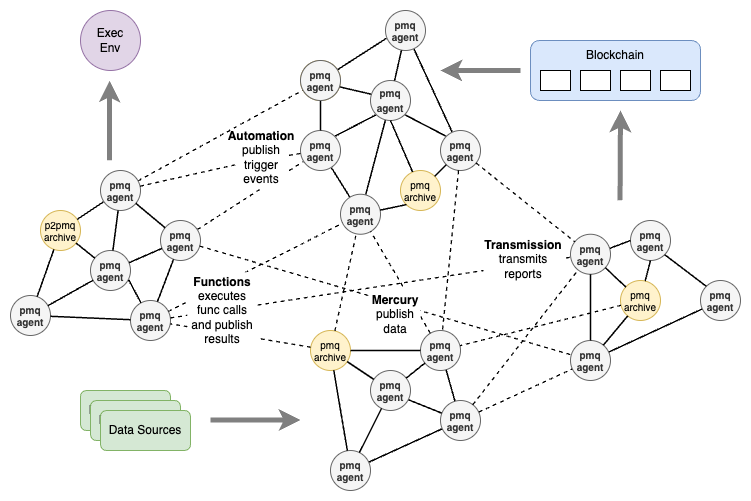
Before: resources/img/composer-p2pmq.png, a diagram exported from draw.io (amirylm/p2pmq). Source tidied: cells renumbered, new cells last; positions are measured from the earlier drawing's top-left corner, leaving out a move shared by most shapes.
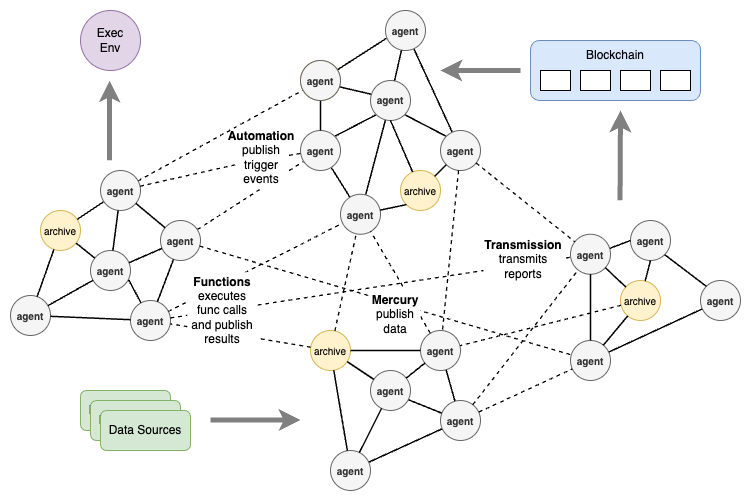
The same diagram one commit later.

Diff of the diagram source:
```diff
@@ -2,19 +2,19 @@
   <root>
     <mxCell id="0" />
     <mxCell id="1" parent="0" />
-    <mxCell id="2" value="pmq&lt;br style=&quot;border-color: var(--border-color);&quot;&gt;agent" style="ellipse;whiteSpace=wrap;html=1;fillColor=#f5f5f5;strokeColor=#666666;fontColor=#333333;fontSize=10;fontStyle=1;" parent="1" vertex="1">
+    <mxCell id="2" value="agent" style="ellipse;whiteSpace=wrap;html=1;fillColor=#f5f5f5;strokeColor=#666666;fontColor=#333333;fontSize=10;fontStyle=1;" parent="1" vertex="1">
       <mxGeometry x="560" y="223.8" width="40" height="40" as="geometry" />
     </mxCell>
-    <mxCell id="3" value="pmq&lt;br style=&quot;border-color: var(--border-color);&quot;&gt;agent" style="ellipse;whiteSpace=wrap;html=1;fillColor=#f5f5f5;strokeColor=#666666;fontColor=#333333;fontSize=10;fontStyle=1;" parent="1" vertex="1">
+    <mxCell id="3" value="agent" style="ellipse;whiteSpace=wrap;html=1;fillColor=#f5f5f5;strokeColor=#666666;fontColor=#333333;fontSize=10;fontStyle=1;" parent="1" vertex="1">
       <mxGeometry x="620" y="210" width="40" height="40" as="geometry" />
     </mxCell>
-    <mxCell id="4" value="pmq&lt;br style=&quot;border-color: var(--border-color);&quot;&gt;agent" style="ellipse;whiteSpace=wrap;html=1;fillColor=#f5f5f5;strokeColor=#666666;fontColor=#333333;fontSize=10;fontStyle=1;" parent="1" vertex="1">
+    <mxCell id="4" value="agent" style="ellipse;whiteSpace=wrap;html=1;fillColor=#f5f5f5;strokeColor=#666666;fontColor=#333333;fontSize=10;fontStyle=1;" parent="1" vertex="1">
       <mxGeometry x="560" y="330" width="40" height="40" as="geometry" />
     </mxCell>
-    <mxCell id="5" value="pmq&lt;br style=&quot;border-color: var(--border-color);&quot;&gt;agent" style="ellipse;whiteSpace=wrap;html=1;fillColor=#f5f5f5;strokeColor=#666666;fontColor=#333333;fontSize=10;fontStyle=1;" parent="1" vertex="1">
+    <mxCell id="5" value="agent" style="ellipse;whiteSpace=wrap;html=1;fillColor=#f5f5f5;strokeColor=#666666;fontColor=#333333;fontSize=10;fontStyle=1;" parent="1" vertex="1">
       <mxGeometry x="690" y="270" width="40" height="40" as="geometry" />
     </mxCell>
-    <mxCell id="6" value="pmq&lt;br&gt;archive" style="ellipse;whiteSpace=wrap;html=1;fillColor=#fff2cc;strokeColor=#d6b656;fontSize=10;fontStyle=0;" parent="1" vertex="1">
+    <mxCell id="6" value="archive" style="ellipse;whiteSpace=wrap;html=1;fillColor=#fff2cc;strokeColor=#d6b656;fontSize=10;fontStyle=0;" parent="1" vertex="1">
       <mxGeometry x="610" y="270" width="40" height="40" as="geometry" />
     </mxCell>
     <mxCell id="7" style="rounded=0;jettySize=auto;html=1;endArrow=none;endFill=0;fillColor=#f5f5f5;strokeColor=#000000;strokeWidth=1.5;" parent="1" edge="1" source="2" target="6">
@@ -91,19 +91,19 @@
     <mxCell id="30" style="rounded=0;jettySize=auto;html=1;endArrow=none;endFill=0;fillColor=#f5f5f5;strokeColor=#000000;strokeWidth=1.5;" parent="1" edge="1" source="34" target="32">
       <mxGeometry relative="1" as="geometry" />
     </mxCell>
-    <mxCell id="31" value="&lt;font style=&quot;font-size: 10px;&quot;&gt;pmq&lt;br style=&quot;border-color: var(--border-color);&quot;&gt;agent&lt;/font&gt;" style="ellipse;whiteSpace=wrap;html=1;fillColor=#f5f5f5;strokeColor=#666666;fontColor=#333333;fontStyle=1;" parent="1" vertex="1">
+    <mxCell id="31" value="&lt;font style=&quot;font-size: 10px;&quot;&gt;agent&lt;/font&gt;" style="ellipse;whiteSpace=wrap;html=1;fillColor=#f5f5f5;strokeColor=#666666;fontColor=#333333;fontStyle=1;" parent="1" vertex="1">
       <mxGeometry x="360" y="70" width="40" height="40" as="geometry" />
     </mxCell>
-    <mxCell id="32" value="pmq&lt;br style=&quot;border-color: var(--border-color);&quot;&gt;agent" style="ellipse;whiteSpace=wrap;html=1;fillColor=#f5f5f5;strokeColor=#666666;fontColor=#333333;fontSize=10;fontStyle=1;" parent="1" vertex="1">
+    <mxCell id="32" value="agent" style="ellipse;whiteSpace=wrap;html=1;fillColor=#f5f5f5;strokeColor=#666666;fontColor=#333333;fontSize=10;fontStyle=1;" parent="1" vertex="1">
       <mxGeometry x="290" y="120" width="40" height="40" as="geometry" />
     </mxCell>
-    <mxCell id="33" value="pmq&lt;br style=&quot;border-color: var(--border-color);&quot;&gt;agent" style="ellipse;whiteSpace=wrap;html=1;fillColor=#f5f5f5;strokeColor=#666666;fontColor=#333333;fontSize=10;fontStyle=1;" parent="1" vertex="1">
+    <mxCell id="33" value="agent" style="ellipse;whiteSpace=wrap;html=1;fillColor=#f5f5f5;strokeColor=#666666;fontColor=#333333;fontSize=10;fontStyle=1;" parent="1" vertex="1">
       <mxGeometry x="430" y="120" width="40" height="40" as="geometry" />
     </mxCell>
-    <mxCell id="34" value="pmq&lt;br style=&quot;border-color: var(--border-color);&quot;&gt;agent" style="ellipse;whiteSpace=wrap;html=1;fillColor=#f5f5f5;strokeColor=#666666;fontColor=#333333;fontSize=10;fontStyle=1;" parent="1" vertex="1">
+    <mxCell id="34" value="agent" style="ellipse;whiteSpace=wrap;html=1;fillColor=#f5f5f5;strokeColor=#666666;fontColor=#333333;fontSize=10;fontStyle=1;" parent="1" vertex="1">
       <mxGeometry x="330" y="183.8" width="40" height="40" as="geometry" />
     </mxCell>
-    <mxCell id="35" value="pmq&lt;br&gt;archive" style="ellipse;whiteSpace=wrap;html=1;fillColor=#fff2cc;strokeColor=#d6b656;fontSize=10;fontStyle=0;" parent="1" vertex="1">
+    <mxCell id="35" value="archive" style="ellipse;whiteSpace=wrap;html=1;fillColor=#fff2cc;strokeColor=#d6b656;fontSize=10;fontStyle=0;" parent="1" vertex="1">
       <mxGeometry x="390" y="160" width="40" height="40" as="geometry" />
     </mxCell>
     <mxCell id="36" style="rounded=0;jettySize=auto;html=1;entryX=0;entryY=1;entryDx=0;entryDy=0;endArrow=none;endFill=0;fillColor=#f5f5f5;strokeColor=#000000;strokeWidth=1.5;" parent="1" edge="1" source="34" target="35">
@@ -124,7 +124,7 @@
     <mxCell id="41" style="rounded=0;jettySize=auto;html=1;entryX=0.017;entryY=0.343;entryDx=0;entryDy=0;endArrow=none;endFill=0;fillColor=#f5f5f5;strokeColor=#000000;exitX=0.956;exitY=0.654;exitDx=0;exitDy=0;exitPerimeter=0;entryPerimeter=0;strokeWidth=1.5;" parent="1" edge="1" source="39" target="31">
       <mxGeometry relative="1" as="geometry" />
     </mxCell>
-    <mxCell id="42" value="pmq&lt;br&gt;agent" style="ellipse;whiteSpace=wrap;html=1;fillColor=#f5f5f5;strokeColor=#666666;fontColor=#333333;fontSize=10;fontStyle=1;" parent="1" vertex="1">
+    <mxCell id="42" value="agent" style="ellipse;whiteSpace=wrap;html=1;fillColor=#f5f5f5;strokeColor=#666666;fontColor=#333333;fontSize=10;fontStyle=1;" parent="1" vertex="1">
       <mxGeometry x="375" width="40" height="40" as="geometry" />
     </mxCell>
     <mxCell id="43" style="rounded=0;jettySize=auto;html=1;endArrow=none;endFill=0;fillColor=#f5f5f5;strokeColor=#000000;strokeWidth=1.5;" parent="1" edge="1" source="42" target="31">
@@ -145,19 +145,19 @@
         <mxPoint x="610" y="100" as="targetPoint" />
       </mxGeometry>
     </mxCell>
-    <mxCell id="47" value="pmq&lt;br style=&quot;border-color: var(--border-color);&quot;&gt;agent" style="ellipse;whiteSpace=wrap;html=1;fillColor=#f5f5f5;strokeColor=#666666;fontColor=#333333;fontSize=10;fontStyle=1;" parent="1" vertex="1">
+    <mxCell id="47" value="agent" style="ellipse;whiteSpace=wrap;html=1;fillColor=#f5f5f5;strokeColor=#666666;fontColor=#333333;fontSize=10;fontStyle=1;" parent="1" vertex="1">
       <mxGeometry x="410" y="320" width="40" height="40" as="geometry" />
     </mxCell>
-    <mxCell id="48" value="pmq&lt;br style=&quot;border-color: var(--border-color);&quot;&gt;agent" style="ellipse;whiteSpace=wrap;html=1;fillColor=#f5f5f5;strokeColor=#666666;fontColor=#333333;fontSize=10;fontStyle=1;" parent="1" vertex="1">
+    <mxCell id="48" value="agent" style="ellipse;whiteSpace=wrap;html=1;fillColor=#f5f5f5;strokeColor=#666666;fontColor=#333333;fontSize=10;fontStyle=1;" parent="1" vertex="1">
       <mxGeometry x="360" y="360" width="40" height="40" as="geometry" />
     </mxCell>
-    <mxCell id="49" value="pmq&lt;br&gt;agent" style="ellipse;whiteSpace=wrap;html=1;fillColor=#f5f5f5;strokeColor=#666666;fontColor=#333333;fontSize=10;fontStyle=1;" parent="1" vertex="1">
+    <mxCell id="49" value="agent" style="ellipse;whiteSpace=wrap;html=1;fillColor=#f5f5f5;strokeColor=#666666;fontColor=#333333;fontSize=10;fontStyle=1;" parent="1" vertex="1">
       <mxGeometry x="320" y="440" width="40" height="40" as="geometry" />
     </mxCell>
-    <mxCell id="50" value="pmq&lt;br style=&quot;border-color: var(--border-color);&quot;&gt;agent" style="ellipse;whiteSpace=wrap;html=1;fillColor=#f5f5f5;strokeColor=#666666;fontColor=#333333;fontSize=10;fontStyle=1;" parent="1" vertex="1">
+    <mxCell id="50" value="agent" style="ellipse;whiteSpace=wrap;html=1;fillColor=#f5f5f5;strokeColor=#666666;fontColor=#333333;fontSize=10;fontStyle=1;" parent="1" vertex="1">
       <mxGeometry x="430" y="390" width="40" height="40" as="geometry" />
     </mxCell>
-    <mxCell id="51" value="pmq&lt;br&gt;archive" style="ellipse;whiteSpace=wrap;html=1;fillColor=#fff2cc;strokeColor=#d6b656;fontSize=10;fontStyle=0;" parent="1" vertex="1">
+    <mxCell id="51" value="archive" style="ellipse;whiteSpace=wrap;html=1;fillColor=#fff2cc;strokeColor=#d6b656;fontSize=10;fontStyle=0;" parent="1" vertex="1">
       <mxGeometry x="300" y="320" width="40" height="40" as="geometry" />
     </mxCell>
     <mxCell id="52" style="rounded=0;jettySize=auto;html=1;endArrow=none;endFill=0;fillColor=#f5f5f5;strokeColor=#000000;strokeWidth=1.5;" parent="1" edge="1" source="47" target="51">
@@ -184,19 +184,19 @@
     <mxCell id="59" style="rounded=0;jettySize=auto;html=1;endArrow=none;endFill=0;fillColor=#f5f5f5;strokeColor=#000000;strokeWidth=1.5;" parent="1" edge="1" source="48" target="47">
       <mxGeometry relative="1" as="geometry" />
     </mxCell>
-    <mxCell id="60" value="pmq&lt;br style=&quot;border-color: var(--border-color);&quot;&gt;agent" style="ellipse;whiteSpace=wrap;html=1;fillColor=#f5f5f5;strokeColor=#666666;fontColor=#333333;fontSize=10;fontStyle=1;" parent="1" vertex="1">
+    <mxCell id="60" value="agent" style="ellipse;whiteSpace=wrap;html=1;fillColor=#f5f5f5;strokeColor=#666666;fontColor=#333333;fontSize=10;fontStyle=1;" parent="1" vertex="1">
       <mxGeometry x="150" y="210" width="40" height="40" as="geometry" />
     </mxCell>
-    <mxCell id="61" value="pmq&lt;br style=&quot;border-color: var(--border-color);&quot;&gt;agent" style="ellipse;whiteSpace=wrap;html=1;fillColor=#f5f5f5;strokeColor=#666666;fontColor=#333333;fontSize=10;fontStyle=1;" parent="1" vertex="1">
+    <mxCell id="61" value="agent" style="ellipse;whiteSpace=wrap;html=1;fillColor=#f5f5f5;strokeColor=#666666;fontColor=#333333;fontSize=10;fontStyle=1;" parent="1" vertex="1">
       <mxGeometry x="80" y="240" width="40" height="40" as="geometry" />
     </mxCell>
-    <mxCell id="62" value="pmq&lt;br style=&quot;border-color: var(--border-color);&quot;&gt;agent" style="ellipse;whiteSpace=wrap;html=1;fillColor=#f5f5f5;strokeColor=#666666;fontColor=#333333;fontSize=10;fontStyle=1;" parent="1" vertex="1">
+    <mxCell id="62" value="agent" style="ellipse;whiteSpace=wrap;html=1;fillColor=#f5f5f5;strokeColor=#666666;fontColor=#333333;fontSize=10;fontStyle=1;" parent="1" vertex="1">
       <mxGeometry y="285" width="40" height="40" as="geometry" />
     </mxCell>
-    <mxCell id="63" value="pmq&lt;br style=&quot;border-color: var(--border-color);&quot;&gt;agent" style="ellipse;whiteSpace=wrap;html=1;fillColor=#f5f5f5;strokeColor=#666666;fontColor=#333333;fontSize=10;fontStyle=1;" parent="1" vertex="1">
+    <mxCell id="63" value="agent" style="ellipse;whiteSpace=wrap;html=1;fillColor=#f5f5f5;strokeColor=#666666;fontColor=#333333;fontSize=10;fontStyle=1;" parent="1" vertex="1">
       <mxGeometry x="120" y="290" width="40" height="40" as="geometry" />
     </mxCell>
-    <mxCell id="64" value="p2pmq&lt;br&gt;archive" style="ellipse;whiteSpace=wrap;html=1;fillColor=#fff2cc;strokeColor=#d6b656;fontSize=10;fontStyle=0;" parent="1" vertex="1">
+    <mxCell id="64" value="archive" style="ellipse;whiteSpace=wrap;html=1;fillColor=#fff2cc;strokeColor=#d6b656;fontSize=10;fontStyle=0;" parent="1" vertex="1">
       <mxGeometry x="30" y="200" width="40" height="40" as="geometry" />
     </mxCell>
     <mxCell id="65" style="rounded=0;jettySize=auto;html=1;endArrow=none;endFill=0;fillColor=#f5f5f5;strokeColor=#000000;strokeWidth=1.5;" parent="1" edge="1" source="73" target="64">
@@ -223,7 +223,7 @@
     <mxCell id="72" style="rounded=0;jettySize=auto;html=1;endArrow=none;endFill=0;fillColor=#f5f5f5;strokeColor=#000000;strokeWidth=1.5;" parent="1" edge="1" source="61" target="60">
       <mxGeometry relative="1" as="geometry" />
     </mxCell>
-    <mxCell id="73" value="pmq&lt;br style=&quot;border-color: var(--border-color);&quot;&gt;agent" style="ellipse;whiteSpace=wrap;html=1;fillColor=#f5f5f5;strokeColor=#666666;fontColor=#333333;fontSize=10;fontStyle=1;" parent="1" vertex="1">
+    <mxCell id="73" value="agent" style="ellipse;whiteSpace=wrap;html=1;fillColor=#f5f5f5;strokeColor=#666666;fontColor=#333333;fontSize=10;fontStyle=1;" parent="1" vertex="1">
       <mxGeometry x="90" y="160" width="40" height="40" as="geometry" />
     </mxCell>
     <mxCell id="74" style="rounded=0;jettySize=auto;html=1;endArrow=none;endFill=0;fillColor=#f5f5f5;strokeColor=#000000;strokeWidth=1.5;" parent="1" edge="1" source="73" target="61">
@@ -302,7 +302,7 @@
     <mxCell id="95" value="&lt;b&gt;Functions&lt;/b&gt;&lt;br&gt;executes func calls and publish results" style="text;html=1;strokeColor=none;fillColor=default;align=center;verticalAlign=middle;whiteSpace=wrap;rounded=0;" parent="1" vertex="1">
       <mxGeometry x="177" y="261.8" width="70" height="76.2" as="geometry" />
     </mxCell>
-    <mxCell id="96" value="pmq&lt;br style=&quot;border-color: var(--border-color);&quot;&gt;agent" style="ellipse;whiteSpace=wrap;html=1;fillColor=#f5f5f5;strokeColor=#666666;fontColor=#333333;fontSize=10;fontStyle=1;" parent="1" vertex="1">
+    <mxCell id="96" value="agent" style="ellipse;whiteSpace=wrap;html=1;fillColor=#f5f5f5;strokeColor=#666666;fontColor=#333333;fontSize=10;fontStyle=1;" parent="1" vertex="1">
       <mxGeometry x="290" y="50" width="40" height="40" as="geometry" />
     </mxCell>
   </root>
```
